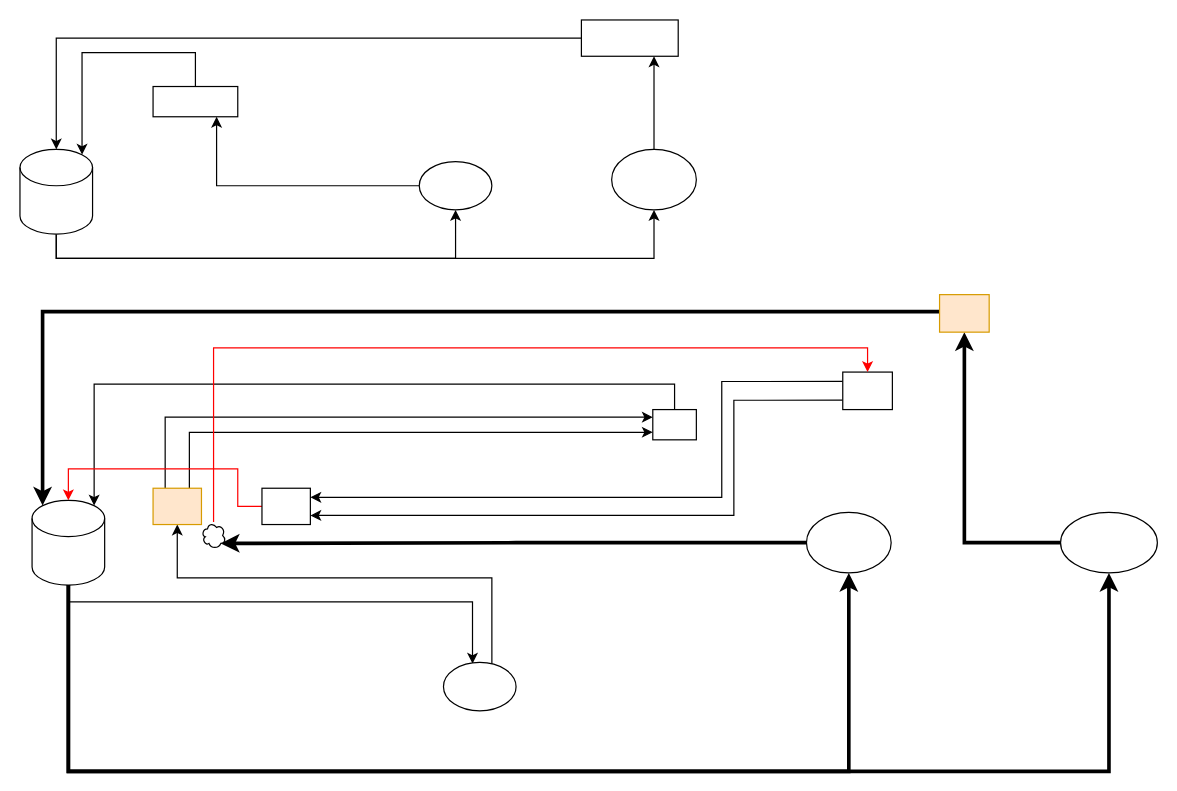
Above: Untitled Diagram.drawio in clearriver/draw (draw.io), before the change. Source tidied: cells renumbered, new cells numbered last; positions are measured from the earlier drawing's top-left corner, leaving out a move shared by most shapes. Both pictures are drawn from the tidied source at 121%, with x=0, y=0 at pixel (19, 19).
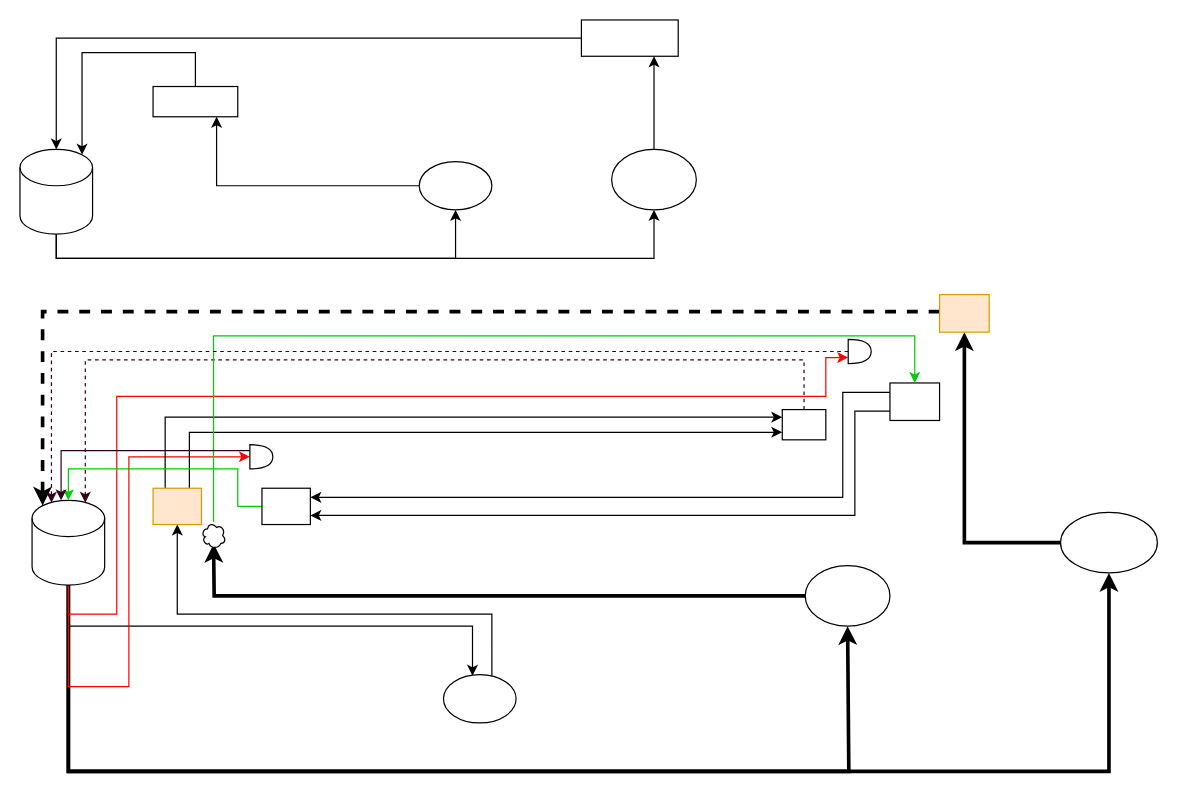
After the change.

Unchanged cells that the change refers to:
```xml
<mxCell id="16" style="shape=cylinder3;whiteSpace=wrap;html=1;boundedLbl=1;backgroundOutline=1;size=15;" parent="1" vertex="1">
  <mxGeometry x="10" y="397" width="60" height="70" as="geometry" />
</mxCell>
<mxCell id="24" style="rounded=0;whiteSpace=wrap;html=1;fillColor=#ffe6cc;strokeColor=#d79b00;" parent="1" vertex="1">
  <mxGeometry x="110" y="387" width="40" height="30" as="geometry" />
</mxCell>
<mxCell id="31" style="rounded=0;whiteSpace=wrap;html=1;fillColor=#ffe6cc;strokeColor=#d79b00;" parent="1" vertex="1">
  <mxGeometry x="760" y="227" width="41" height="31" as="geometry" />
</mxCell>
<mxCell id="34" style="rounded=0;whiteSpace=wrap;html=1;" parent="1" vertex="1">
  <mxGeometry x="200" y="387" width="40" height="30" as="geometry" />
</mxCell>
<mxCell id="36" style="ellipse;shape=cloud;whiteSpace=wrap;html=1;" parent="1" vertex="1">
  <mxGeometry x="150" y="415" width="20" height="22" as="geometry" />
</mxCell>
```

Change to the diagram source:
```diff
@@
     <mxCell id="13" style="edgeStyle=orthogonalEdgeStyle;rounded=0;jettySize=auto;html=1;entryX=0.4;entryY=0.025;entryDx=0;entryDy=0;entryPerimeter=0;" parent="1" edge="1" source="16" target="18">
       <mxGeometry relative="1" as="geometry">
         <Array as="points">
-          <mxPoint x="40" y="481" />
-          <mxPoint x="374" y="481" />
+          <mxPoint x="40" y="501" />
+          <mxPoint x="374" y="501" />
         </Array>
       </mxGeometry>
     </mxCell>
@@
+    <mxCell id="37" style="edgeStyle=orthogonalEdgeStyle;rounded=0;jettySize=auto;html=1;entryX=0;entryY=0.5;entryDx=0;entryDy=0;entryPerimeter=0;strokeWidth=1;strokeColor=#FF0000;" parent="1" edge="1" source="16" target="42">
+      <mxGeometry relative="1" as="geometry">
+        <Array as="points">
+          <mxPoint x="40" y="551" />
+          <mxPoint x="90" y="551" />
+          <mxPoint x="90" y="361" />
+        </Array>
+      </mxGeometry>
+    </mxCell>
+    <mxCell id="38" style="edgeStyle=orthogonalEdgeStyle;rounded=0;jettySize=auto;html=1;entryX=0;entryY=0.75;entryDx=0;entryDy=0;entryPerimeter=0;startSize=6;endSize=6;strokeColor=#FF0000;strokeWidth=1;" parent="1" edge="1" source="16" target="40">
+      <mxGeometry relative="1" as="geometry">
+        <Array as="points">
+          <mxPoint x="40" y="491" />
+          <mxPoint x="80" y="491" />
+          <mxPoint x="80" y="311" />
+          <mxPoint x="666" y="311" />
+        </Array>
+      </mxGeometry>
+    </mxCell>
@@
     <mxCell id="17" style="edgeStyle=orthogonalEdgeStyle;rounded=0;jettySize=auto;html=1;entryX=0.5;entryY=1;entryDx=0;entryDy=0;exitX=0.667;exitY=0.025;exitDx=0;exitDy=0;exitPerimeter=0;" parent="1" edge="1" source="18" target="24">
       <mxGeometry relative="1" as="geometry">
         <Array as="points">
-          <mxPoint x="390" y="461" />
-          <mxPoint x="130" y="461" />
+          <mxPoint x="390" y="491" />
+          <mxPoint x="130" y="491" />
         </Array>
       </mxGeometry>
     </mxCell>
     <mxCell id="18" style="ellipse;whiteSpace=wrap;html=1;" parent="1" vertex="1">
-      <mxGeometry x="350" y="531" width="60" height="40" as="geometry" />
+      <mxGeometry x="350" y="541" width="60" height="40" as="geometry" />
     </mxCell>
-    <mxCell id="19" style="edgeStyle=orthogonalEdgeStyle;rounded=0;jettySize=auto;html=1;entryX=0.8;entryY=0.8;entryDx=0;entryDy=0;entryPerimeter=0;strokeWidth=3;" parent="1" edge="1" source="20" target="36">
-      <mxGeometry relative="1" as="geometry" />
+    <mxCell id="19" style="edgeStyle=orthogonalEdgeStyle;rounded=0;jettySize=auto;html=1;strokeWidth=3;" parent="1" edge="1" source="20">
+      <mxGeometry relative="1" as="geometry">
+        <mxPoint x="160" y="433" as="targetPoint" />
+      </mxGeometry>
     </mxCell>
     <mxCell id="20" style="ellipse;whiteSpace=wrap;html=1;" parent="1" vertex="1">
-      <mxGeometry x="650" y="407" width="70" height="50" as="geometry" />
+      <mxGeometry x="649" y="451" width="70" height="50" as="geometry" />
     </mxCell>
-    <mxCell id="21" style="edgeStyle=orthogonalEdgeStyle;rounded=0;jettySize=auto;html=1;entryX=0.855;entryY=0;entryDx=0;entryDy=4.35;entryPerimeter=0;exitX=0.5;exitY=0;exitDx=0;exitDy=0;" parent="1" edge="1" source="32" target="16">
-      <mxGeometry relative="1" as="geometry">
-        <Array as="points">
-          <mxPoint x="541" y="301" />
-          <mxPoint x="61" y="301" />
-        </Array>
-      </mxGeometry>
-    </mxCell>
@@
     <mxCell id="25" style="edgeStyle=orthogonalEdgeStyle;rounded=0;jettySize=auto;html=1;exitX=0;exitY=0.25;exitDx=0;exitDy=0;entryX=1;entryY=0.25;entryDx=0;entryDy=0;" parent="1" edge="1" source="27" target="34">
       <mxGeometry relative="1" as="geometry">
         <Array as="points">
-          <mxPoint x="580" y="299" />
-          <mxPoint x="580" y="395" />
+          <mxPoint x="680" y="308" />
+          <mxPoint x="680" y="395" />
         </Array>
       </mxGeometry>
     </mxCell>
     <mxCell id="26" style="edgeStyle=orthogonalEdgeStyle;rounded=0;jettySize=auto;html=1;exitX=0;exitY=0.75;exitDx=0;exitDy=0;entryX=1;entryY=0.75;entryDx=0;entryDy=0;" parent="1" edge="1" source="27" target="34">
       <mxGeometry relative="1" as="geometry">
         <Array as="points">
-          <mxPoint x="590" y="314" />
-          <mxPoint x="590" y="410" />
+          <mxPoint x="690" y="323" />
+          <mxPoint x="690" y="410" />
         </Array>
       </mxGeometry>
     </mxCell>
     <mxCell id="27" style="rounded=0;whiteSpace=wrap;html=1;" parent="1" vertex="1">
-      <mxGeometry x="680" y="291" width="41" height="31" as="geometry" />
+      <mxGeometry x="719" y="300" width="41" height="31" as="geometry" />
     </mxCell>
@@
-    <mxCell id="30" style="edgeStyle=orthogonalEdgeStyle;rounded=0;jettySize=auto;html=1;entryX=0.145;entryY=0;entryDx=0;entryDy=4.35;entryPerimeter=0;strokeWidth=3;" parent="1" edge="1" source="31" target="16">
+    <mxCell id="30" style="edgeStyle=orthogonalEdgeStyle;rounded=0;jettySize=auto;html=1;entryX=0.145;entryY=0;entryDx=0;entryDy=4.35;entryPerimeter=0;strokeWidth=3;dashed=1;" parent="1" edge="1" source="31" target="16">
       <mxGeometry relative="1" as="geometry">
         <Array as="points">
           <mxPoint x="621" y="241" />
           <mxPoint x="19" y="241" />
         </Array>
       </mxGeometry>
     </mxCell>
@@
+    <mxCell id="21" style="edgeStyle=orthogonalEdgeStyle;rounded=0;jettySize=auto;html=1;startSize=6;endSize=6;strokeColor=#33001A;strokeWidth=1;entryX=0.733;entryY=0.029;entryDx=0;entryDy=0;entryPerimeter=0;dashed=1;" parent="1" edge="1" source="32" target="16">
+      <mxGeometry relative="1" as="geometry">
+        <Array as="points">
+          <mxPoint x="648" y="281" />
+          <mxPoint x="54" y="281" />
+        </Array>
+      </mxGeometry>
+    </mxCell>
     <mxCell id="32" style="rounded=0;whiteSpace=wrap;html=1;" parent="1" vertex="1">
-      <mxGeometry x="523" y="322" width="36" height="25" as="geometry" />
+      <mxGeometry x="630" y="322" width="36" height="25" as="geometry" />
     </mxCell>
-    <mxCell id="33" style="edgeStyle=orthogonalEdgeStyle;rounded=0;jettySize=auto;html=1;entryX=0.5;entryY=0;entryDx=0;entryDy=0;entryPerimeter=0;fillColor=#f8cecc;strokeColor=#FF0000;exitX=0;exitY=0.5;exitDx=0;exitDy=0;" parent="1" edge="1" source="34" target="16">
+    <mxCell id="33" style="edgeStyle=orthogonalEdgeStyle;rounded=0;jettySize=auto;html=1;entryX=0.5;entryY=0;entryDx=0;entryDy=0;entryPerimeter=0;fillColor=#f8cecc;exitX=0;exitY=0.5;exitDx=0;exitDy=0;strokeColor=#00CC00;" parent="1" edge="1" source="34" target="16">
       <mxGeometry relative="1" as="geometry">
         <Array as="points">
           <mxPoint x="180" y="402" />
           <mxPoint x="180" y="371" />
           <mxPoint x="40" y="371" />
         </Array>
       </mxGeometry>
     </mxCell>
@@
-    <mxCell id="35" style="edgeStyle=orthogonalEdgeStyle;rounded=0;jettySize=auto;html=1;entryX=0.5;entryY=0;entryDx=0;entryDy=0;strokeColor=#FF0000;" parent="1" edge="1" source="36" target="27">
+    <mxCell id="35" style="edgeStyle=orthogonalEdgeStyle;rounded=0;jettySize=auto;html=1;entryX=0.5;entryY=0;entryDx=0;entryDy=0;strokeColor=#00CC00;" parent="1" edge="1" source="36" target="27">
       <mxGeometry relative="1" as="geometry">
         <Array as="points">
-          <mxPoint x="160" y="271" />
-          <mxPoint x="701" y="271" />
+          <mxPoint x="160" y="261" />
+          <mxPoint x="740" y="261" />
         </Array>
       </mxGeometry>
     </mxCell>
@@
+    <mxCell id="39" style="edgeStyle=orthogonalEdgeStyle;rounded=0;jettySize=auto;html=1;entryX=0.267;entryY=0.029;entryDx=0;entryDy=0;entryPerimeter=0;startSize=6;endSize=6;strokeWidth=1;strokeColor=#33001A;dashed=1;" parent="1" edge="1" source="40" target="16">
+      <mxGeometry relative="1" as="geometry">
+        <Array as="points">
+          <mxPoint x="26" y="274" />
+        </Array>
+      </mxGeometry>
+    </mxCell>
+    <mxCell id="40" style="shape=or;whiteSpace=wrap;html=1;" parent="1" vertex="1">
+      <mxGeometry x="684.5" y="264" width="19" height="20" as="geometry" />
+    </mxCell>
+    <mxCell id="41" style="edgeStyle=orthogonalEdgeStyle;rounded=0;jettySize=auto;html=1;entryX=0.4;entryY=0;entryDx=0;entryDy=0;entryPerimeter=0;strokeWidth=1;exitX=0;exitY=0.25;exitDx=0;exitDy=0;exitPerimeter=0;strokeColor=#33001A;endSize=6;startSize=6;" parent="1" edge="1" source="42" target="16">
+      <mxGeometry relative="1" as="geometry" />
+    </mxCell>
+    <mxCell id="42" style="shape=or;whiteSpace=wrap;html=1;" parent="1" vertex="1">
+      <mxGeometry x="190" y="351" width="19" height="20" as="geometry" />
+    </mxCell>
```
